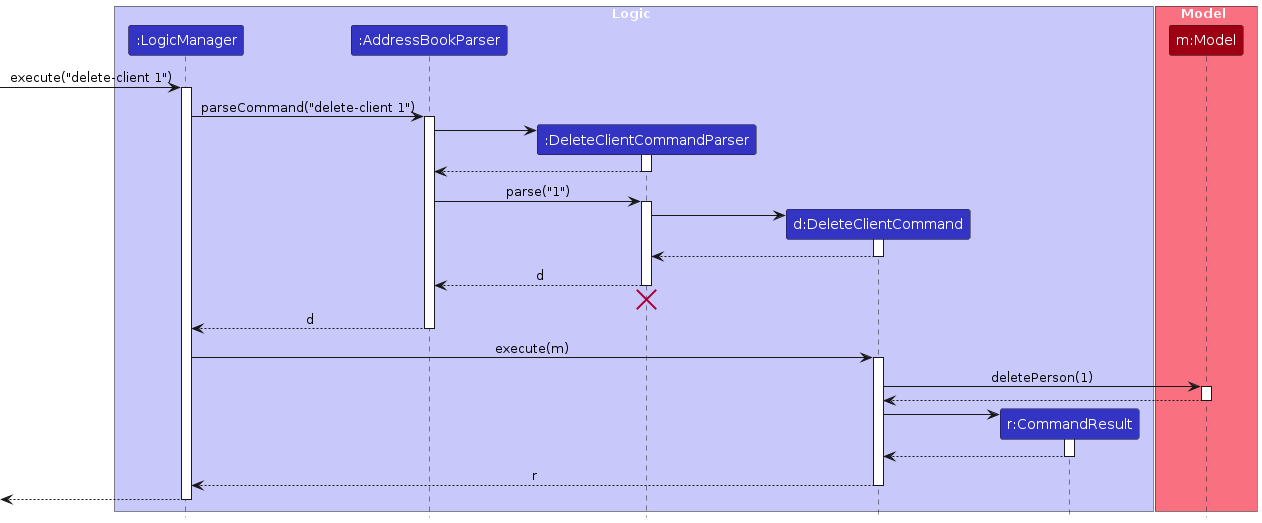
Above: diagrams/DeleteSequenceDiagram.png in AY2425S1-CS2103T-T14-3/tp (PlantUML), before the change. Its source is kept beside it as diagrams/DeleteSequenceDiagram.puml. The source it was exported from:
```plantuml
@startuml DeleteSequenceDiagram
!include style.puml
skinparam ArrowFontStyle plain

box Logic LOGIC_COLOR_T1
participant ":LogicManager" as LogicManager LOGIC_COLOR
participant ":AddressBookParser" as AddressBookParser LOGIC_COLOR
participant ":DeleteClientCommandParser" as DeleteCommandParser LOGIC_COLOR
participant "d:DeleteClientCommand" as DeleteCommand LOGIC_COLOR
participant "r:CommandResult" as CommandResult LOGIC_COLOR
end box

box Model MODEL_COLOR_T1
participant "m:Model" as Model MODEL_COLOR
end box

[-> LogicManager : execute("delete-client 1")
activate LogicManager

LogicManager -> AddressBookParser : parseCommand("delete-client 1")
activate AddressBookParser

create DeleteCommandParser
AddressBookParser -> DeleteCommandParser
activate DeleteCommandParser

DeleteCommandParser --> AddressBookParser
deactivate DeleteCommandParser

AddressBookParser -> DeleteCommandParser : parse("1")
activate DeleteCommandParser

create DeleteCommand
DeleteCommandParser -> DeleteCommand
activate DeleteCommand

DeleteCommand --> DeleteCommandParser :
deactivate DeleteCommand

DeleteCommandParser --> AddressBookParser : d
deactivate DeleteCommandParser
DeleteCommandParser -[hidden]-> AddressBookParser
destroy DeleteCommandParser

AddressBookParser --> LogicManager : d
deactivate AddressBookParser

LogicManager -> DeleteCommand : execute(m)
activate DeleteCommand

DeleteCommand -> Model : deletePerson(1)
activate Model

Model --> DeleteCommand
deactivate Model

create CommandResult
DeleteCommand -> CommandResult
activate CommandResult

CommandResult --> DeleteCommand
deactivate CommandResult

DeleteCommand --> LogicManager : r
deactivate DeleteCommand

[<--LogicManager
deactivate LogicManager
@enduml
```
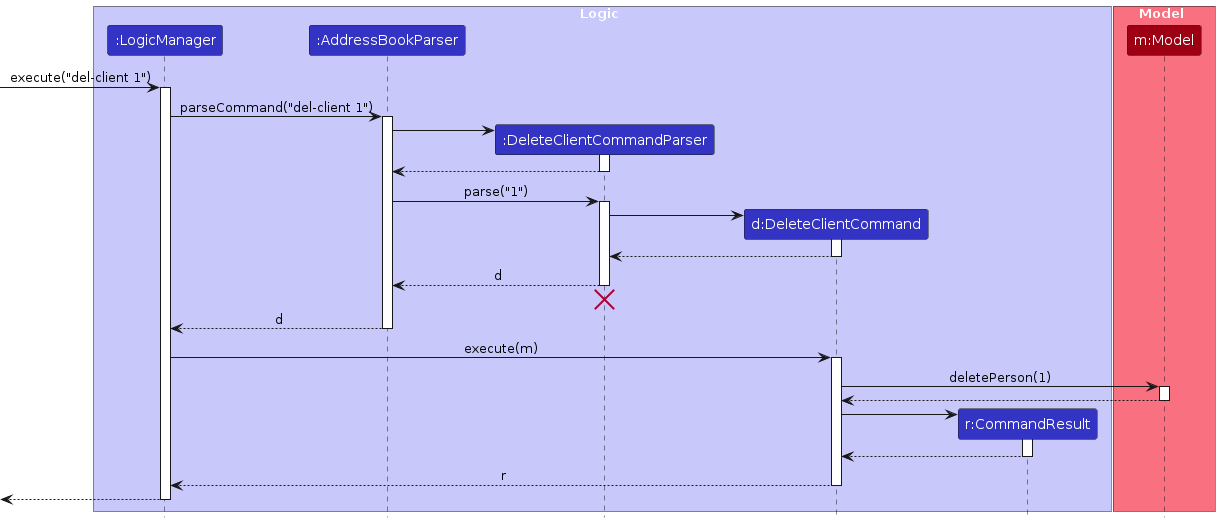
After the commit.

Change to the diagram source:
```diff
@@ -14,10 +14,10 @@
 participant "m:Model" as Model MODEL_COLOR
 end box
 
-[-> LogicManager : execute("delete-client 1")
+[-> LogicManager : execute("del-client 1")
 activate LogicManager
 
-LogicManager -> AddressBookParser : parseCommand("delete-client 1")
+LogicManager -> AddressBookParser : parseCommand("del-client 1")
 activate AddressBookParser
 
 create DeleteCommandParser
```
